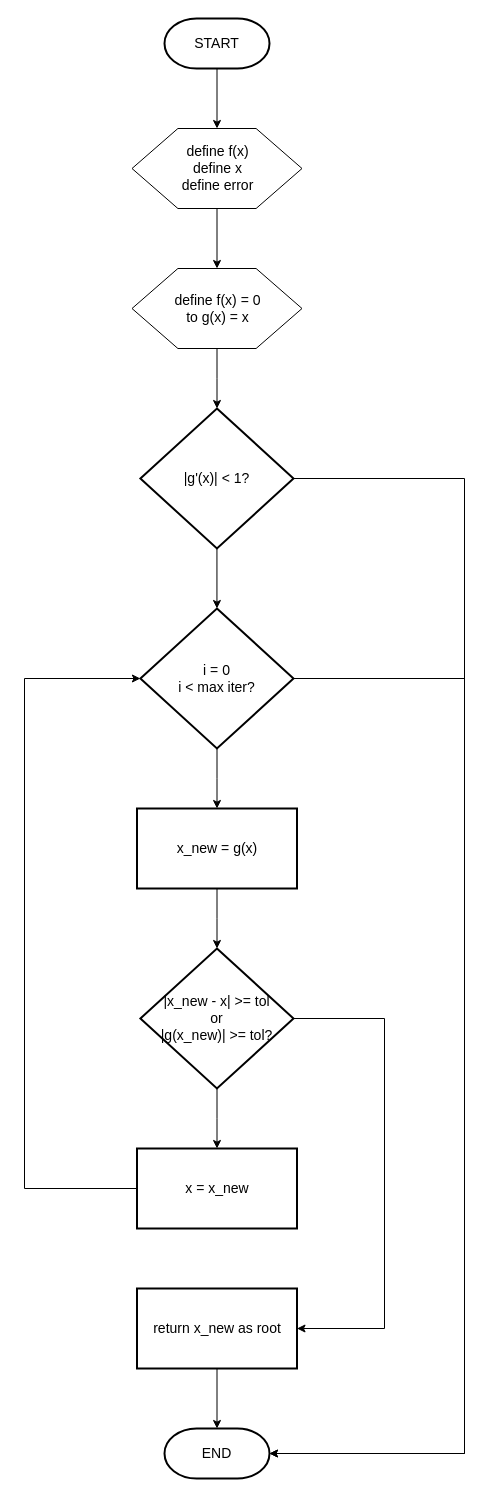
Before: fixed-point/fixed-point-iteration.drawio in HarisHerdiansyah/computational-math, a draw.io diagram. Source tidied: cells renumbered, new cells numbered last; positions are measured from the earlier drawing's top-left corner, leaving out a move shared by most shapes. Both pictures are drawn from the tidied source at 100%, with x=0, y=0 at pixel (24, 18).
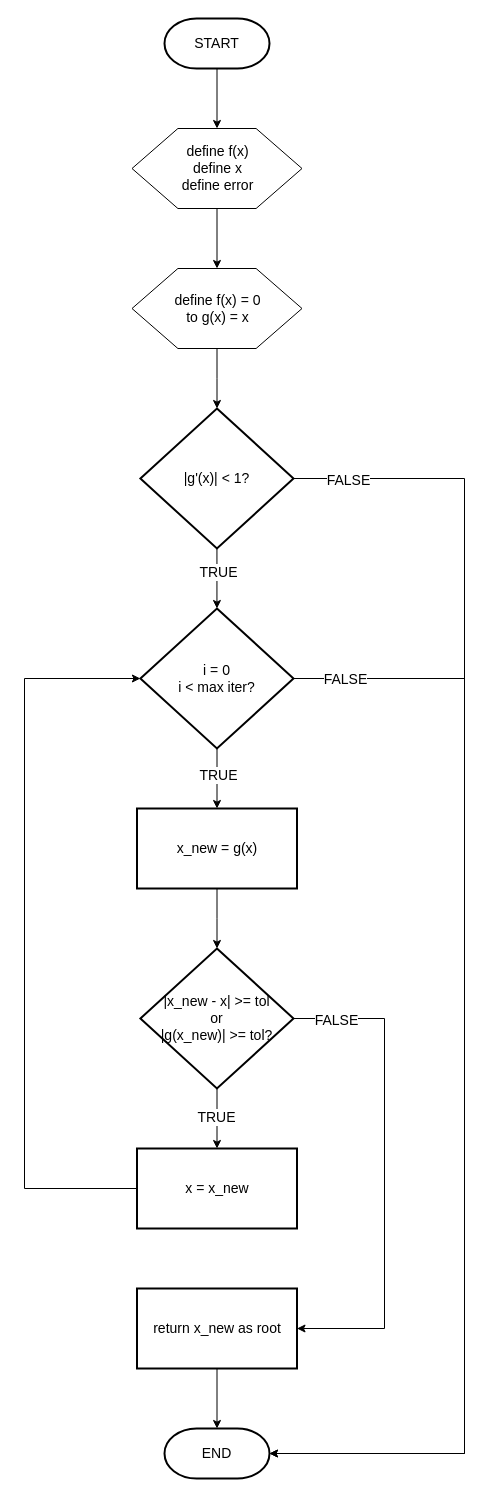
The same page after the edit.

Unchanged cells that the change refers to:
```xml
<mxCell id="8" style="edgeStyle=orthogonalEdgeStyle;rounded=0;jettySize=auto;html=1;" parent="1" edge="1" source="9" target="11">
  <mxGeometry relative="1" as="geometry" />
</mxCell>
<mxCell id="10" style="edgeStyle=orthogonalEdgeStyle;rounded=0;jettySize=auto;html=1;" parent="1" edge="1" source="11" target="13">
  <mxGeometry relative="1" as="geometry" />
</mxCell>
<mxCell id="14" style="edgeStyle=orthogonalEdgeStyle;rounded=0;jettySize=auto;html=1;" parent="1" edge="1" source="16" target="17">
  <mxGeometry relative="1" as="geometry" />
</mxCell>
<mxCell id="15" style="edgeStyle=orthogonalEdgeStyle;rounded=0;jettySize=auto;html=1;exitX=1;exitY=0.5;exitDx=0;exitDy=0;exitPerimeter=0;entryX=1;entryY=0.5;entryDx=0;entryDy=0;" parent="1" edge="1" source="16" target="21">
  <mxGeometry relative="1" as="geometry">
    <Array as="points">
      <mxPoint x="360" y="1000" />
      <mxPoint x="360" y="1310" />
    </Array>
  </mxGeometry>
</mxCell>
<mxCell id="22" style="edgeStyle=orthogonalEdgeStyle;rounded=0;jettySize=auto;html=1;exitX=1;exitY=0.5;exitDx=0;exitDy=0;exitPerimeter=0;entryX=1;entryY=0.5;entryDx=0;entryDy=0;entryPerimeter=0;" parent="1" edge="1" source="11" target="19">
  <mxGeometry relative="1" as="geometry">
    <Array as="points">
      <mxPoint x="440" y="660" />
      <mxPoint x="440" y="1435" />
    </Array>
  </mxGeometry>
</mxCell>
<mxCell id="23" style="edgeStyle=orthogonalEdgeStyle;rounded=0;jettySize=auto;html=1;exitX=1;exitY=0.5;exitDx=0;exitDy=0;exitPerimeter=0;entryX=1;entryY=0.5;entryDx=0;entryDy=0;entryPerimeter=0;" parent="1" edge="1" source="9" target="19">
  <mxGeometry relative="1" as="geometry">
    <Array as="points">
      <mxPoint x="440" y="460" />
      <mxPoint x="440" y="1435" />
    </Array>
  </mxGeometry>
</mxCell>
```

What changed in the source:
```diff
@@
+    <mxCell id="24" value="&lt;span style=&quot;font-size: 14px;&quot;&gt;TRUE&lt;/span&gt;" style="edgeLabel;html=1;align=center;verticalAlign=middle;" parent="8" vertex="1">
+      <mxGeometry x="-0.24" y="1" relative="1" as="geometry" />
+    </mxCell>
@@
+    <mxCell id="25" value="&lt;font style=&quot;font-size: 14px;&quot;&gt;TRUE&lt;/font&gt;" style="edgeLabel;html=1;align=center;verticalAlign=middle;" parent="10" vertex="1">
+      <mxGeometry x="-0.15" y="1" relative="1" as="geometry" />
+    </mxCell>
@@
+    <mxCell id="26" value="&lt;font style=&quot;font-size: 14px;&quot;&gt;TRUE&lt;/font&gt;" style="edgeLabel;html=1;align=center;verticalAlign=middle;" parent="14" vertex="1">
+      <mxGeometry x="-0.08" y="-1" relative="1" as="geometry" />
+    </mxCell>
@@
+    <mxCell id="27" value="&lt;font style=&quot;font-size: 14px;&quot;&gt;FALSE&lt;/font&gt;" style="edgeLabel;html=1;align=center;verticalAlign=middle;" parent="15" vertex="1">
+      <mxGeometry x="-0.83" y="-1" relative="1" as="geometry" />
+    </mxCell>
@@
+    <mxCell id="28" value="&lt;font style=&quot;font-size: 14px;&quot;&gt;FALSE&lt;/font&gt;" style="edgeLabel;html=1;align=center;verticalAlign=middle;" parent="22" vertex="1">
+      <mxGeometry x="-0.91" relative="1" as="geometry" />
+    </mxCell>
@@
+    <mxCell id="29" value="&lt;font style=&quot;font-size: 14px;&quot;&gt;FALSE&lt;/font&gt;" style="edgeLabel;html=1;align=center;verticalAlign=middle;" parent="23" vertex="1">
+      <mxGeometry x="-0.92" y="-1" relative="1" as="geometry" />
+    </mxCell>
```
